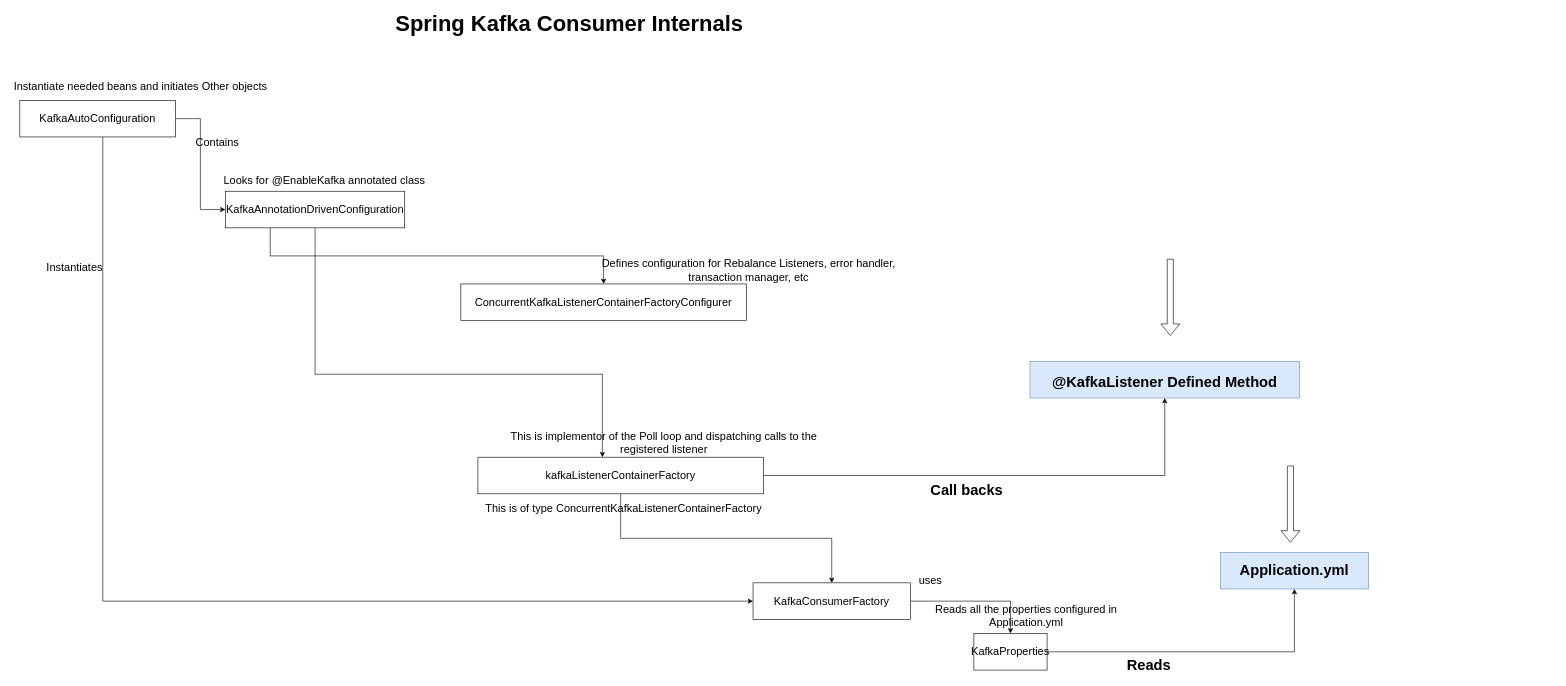
Above: page "Spring Kafka Consumer Internals" (14 of 16) of Drawings/Kafka.drawio in sreedharsingaraju/KafkaTutorials (draw.io), before the change. Source tidied: cells renumbered, new cells numbered last; positions are measured from the earlier drawing's top-left corner, leaving out a move shared by most shapes. Both pictures are drawn from the tidied source at 61%, with x=0, y=0 at pixel (10, 14).
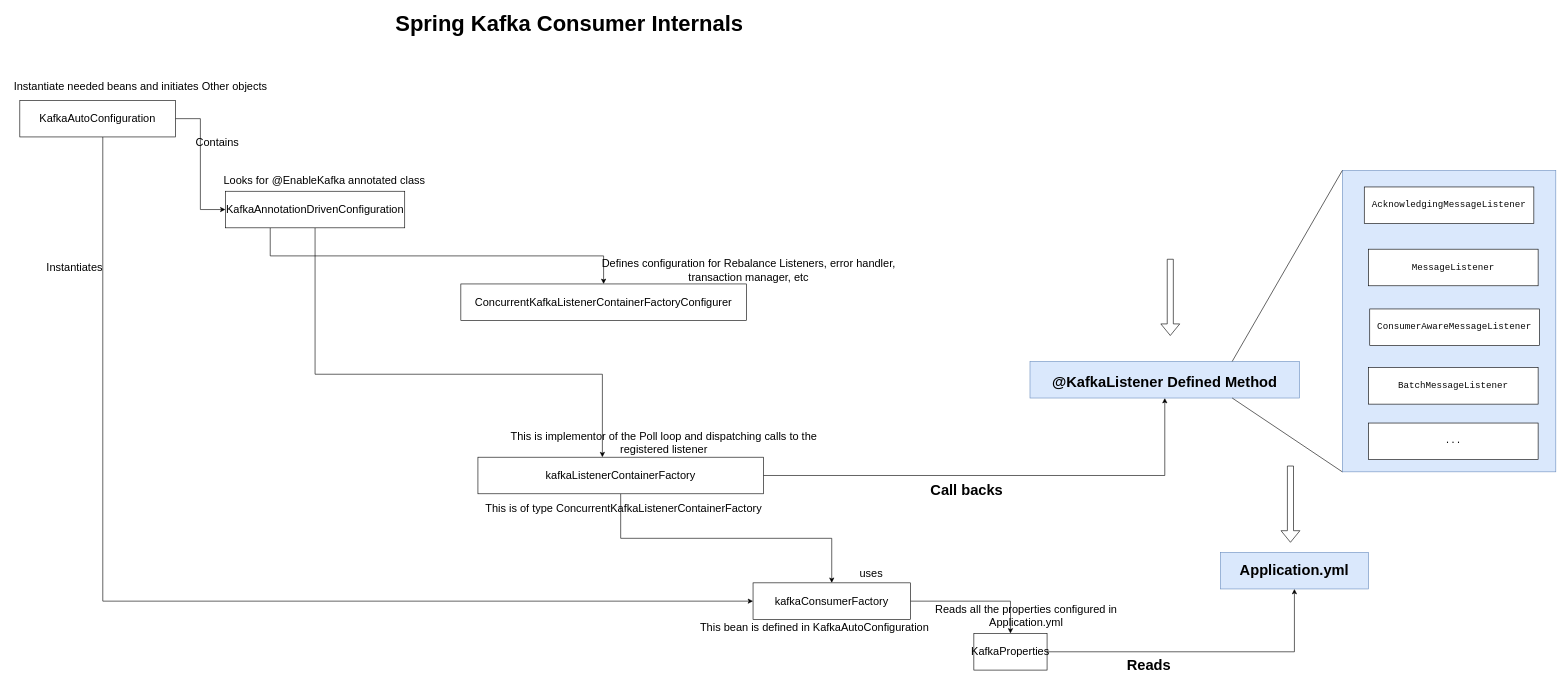
After the change.

The change refers to these unchanged cells:
```xml
<mxCell id="26" value="&lt;b&gt;&lt;font style=&quot;font-size: 24px;&quot;&gt;@KafkaListener Defined Method&lt;/font&gt;&lt;/b&gt;" style="rounded=0;whiteSpace=wrap;html=1;fontSize=36;fillColor=#dae8fc;strokeColor=#6c8ebf;" parent="1" vertex="1">
  <mxGeometry x="1671" y="569" width="442" height="60" as="geometry" />
</mxCell>
```

The edit, as a diff of the source:
```diff
@@
+    <mxCell id="32" style="rounded=0;whiteSpace=wrap;html=1;labelBackgroundColor=#FFFFFF;fontSize=14;fillColor=#dae8fc;strokeColor=#6c8ebf;" parent="1" vertex="1">
+      <mxGeometry x="2183" y="256" width="350" height="494" as="geometry" />
+    </mxCell>
@@
-    <mxCell id="14" value="KafkaConsumerFactory" style="whiteSpace=wrap;html=1;fontSize=18;rounded=0;" parent="1" vertex="1">
+    <mxCell id="14" value="kafkaConsumerFactory" style="whiteSpace=wrap;html=1;fontSize=18;rounded=0;" parent="1" vertex="1">
       <mxGeometry x="1217" y="932" width="258" height="60" as="geometry" />
     </mxCell>
@@
     <mxCell id="24" value="uses" style="text;html=1;strokeColor=none;fillColor=none;align=center;verticalAlign=middle;whiteSpace=wrap;rounded=0;fontSize=18;" parent="1" vertex="1">
-      <mxGeometry x="1478" y="914" width="60" height="30" as="geometry" />
+      <mxGeometry x="1381" y="902" width="60" height="30" as="geometry" />
     </mxCell>
@@
+    <mxCell id="33" value="This bean is defined in KafkaAutoConfiguration" style="text;html=1;strokeColor=none;fillColor=none;align=center;verticalAlign=middle;whiteSpace=wrap;rounded=0;fontSize=18;" parent="1" vertex="1">
+      <mxGeometry x="1052" y="990" width="532" height="30" as="geometry" />
+    </mxCell>
+    <mxCell id="34" value="&lt;div style=&quot;&quot;&gt;&lt;pre style=&quot;&quot;&gt;&lt;font color=&quot;#080808&quot;&gt;&lt;span style=&quot;font-size: 15.0667px;&quot;&gt;AcknowledgingMessageListener&lt;/span&gt;&lt;/font&gt;&lt;font face=&quot;JetBrains Mono, monospace&quot; color=&quot;#080808&quot;&gt;&lt;span style=&quot;font-size: 11.3pt;&quot;&gt;&lt;br&gt;&lt;/span&gt;&lt;/font&gt;&lt;/pre&gt;&lt;/div&gt;" style="rounded=0;whiteSpace=wrap;html=1;labelBackgroundColor=#FFFFFF;fontSize=14;" parent="1" vertex="1">
+      <mxGeometry x="2219" y="283" width="278" height="60" as="geometry" />
+    </mxCell>
+    <mxCell id="35" value="&lt;div style=&quot;&quot;&gt;&lt;pre style=&quot;&quot;&gt;&lt;font face=&quot;JetBrains Mono, monospace&quot; color=&quot;#080808&quot;&gt;&lt;span style=&quot;font-size: 15.0667px;&quot;&gt;MessageListener&lt;/span&gt;&lt;span style=&quot;font-size: 11.3pt;&quot;&gt;&lt;br&gt;&lt;/span&gt;&lt;/font&gt;&lt;/pre&gt;&lt;/div&gt;" style="rounded=0;whiteSpace=wrap;html=1;labelBackgroundColor=#FFFFFF;fontSize=14;" parent="1" vertex="1">
+      <mxGeometry x="2226" y="385" width="278" height="60" as="geometry" />
+    </mxCell>
+    <mxCell id="36" value="&lt;div style=&quot;&quot;&gt;&lt;pre style=&quot;&quot;&gt;&lt;font face=&quot;JetBrains Mono, monospace&quot; color=&quot;#080808&quot;&gt;&lt;span style=&quot;font-size: 15.0667px;&quot;&gt;ConsumerAwareMessageListener&lt;/span&gt;&lt;span style=&quot;font-size: 11.3pt;&quot;&gt;&lt;br&gt;&lt;/span&gt;&lt;/font&gt;&lt;/pre&gt;&lt;/div&gt;" style="rounded=0;whiteSpace=wrap;html=1;labelBackgroundColor=#FFFFFF;fontSize=14;" parent="1" vertex="1">
+      <mxGeometry x="2228" y="483" width="278" height="60" as="geometry" />
+    </mxCell>
+    <mxCell id="37" value="&lt;div style=&quot;&quot;&gt;&lt;pre style=&quot;&quot;&gt;&lt;font face=&quot;JetBrains Mono, monospace&quot; color=&quot;#080808&quot;&gt;&lt;span style=&quot;font-size: 15.0667px;&quot;&gt;BatchMessageListener&lt;/span&gt;&lt;span style=&quot;font-size: 11.3pt;&quot;&gt;&lt;br&gt;&lt;/span&gt;&lt;/font&gt;&lt;/pre&gt;&lt;/div&gt;" style="rounded=0;whiteSpace=wrap;html=1;labelBackgroundColor=#FFFFFF;fontSize=14;" parent="1" vertex="1">
+      <mxGeometry x="2226" y="579" width="278" height="60" as="geometry" />
+    </mxCell>
+    <mxCell id="38" style="endArrow=none;html=1;rounded=0;strokeColor=#000000;fontSize=14;exitX=0.75;exitY=0;exitDx=0;exitDy=0;entryX=0;entryY=0;entryDx=0;entryDy=0;" parent="1" edge="1" source="26" target="32">
+      <mxGeometry relative="1" as="geometry" />
+    </mxCell>
+    <mxCell id="39" style="endArrow=none;html=1;rounded=0;strokeColor=#000000;fontSize=14;exitX=0.75;exitY=1;exitDx=0;exitDy=0;entryX=0;entryY=1;entryDx=0;entryDy=0;" parent="1" edge="1" source="26" target="32">
+      <mxGeometry relative="1" as="geometry" />
+    </mxCell>
+    <mxCell id="40" value="&lt;div style=&quot;&quot;&gt;&lt;pre style=&quot;&quot;&gt;&lt;font face=&quot;JetBrains Mono, monospace&quot; color=&quot;#080808&quot;&gt;&lt;span style=&quot;font-size: 15.0667px;&quot;&gt;...&lt;/span&gt;&lt;span style=&quot;font-size: 11.3pt;&quot;&gt;&lt;br&gt;&lt;/span&gt;&lt;/font&gt;&lt;/pre&gt;&lt;/div&gt;" style="rounded=0;whiteSpace=wrap;html=1;labelBackgroundColor=#FFFFFF;fontSize=14;" parent="1" vertex="1">
+      <mxGeometry x="2226" y="670" width="278" height="60" as="geometry" />
+    </mxCell>
```
